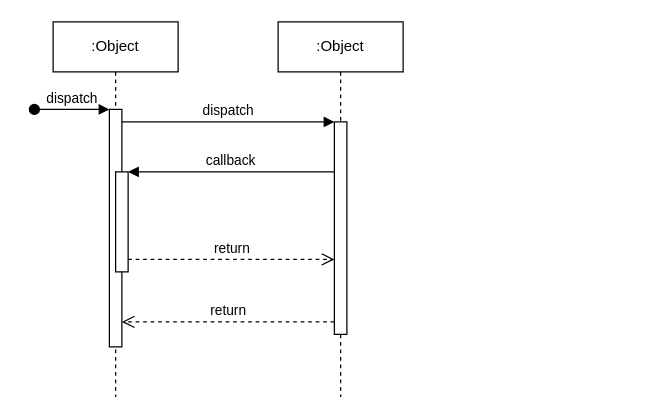
This is sequence 4 Diagram.drawio from Arisa-Ndreu/test, a draw.io file, before an edit. Source tidied: cells renumbered, new cells numbered last; positions are measured from the earlier drawing's top-left corner, leaving out a move shared by most shapes. Both pictures are drawn from the tidied source at 125%, with x=0, y=0 at pixel (34, 21).
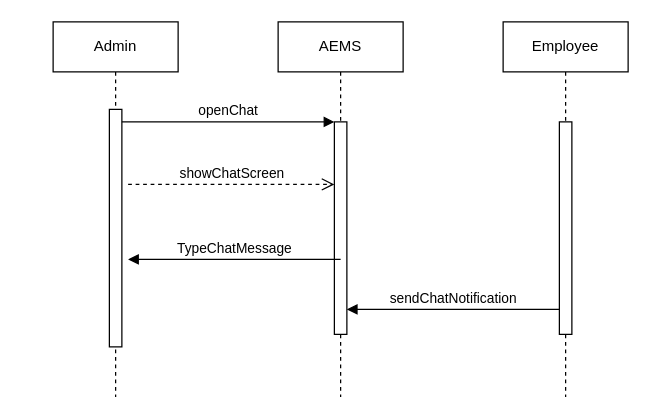
The same page after the edit.

Change to the diagram source:
```diff
@@
 <mxGraphModel>
   <root>
     <mxCell id="0" />
     <mxCell id="1" parent="0" />
-    <mxCell id="2" value=":Object" style="shape=umlLifeline;perimeter=lifelinePerimeter;whiteSpace=wrap;html=1;newEdgeStyle={&quot;edgeStyle&quot;:&quot;elbowEdgeStyle&quot;,&quot;elbow&quot;:&quot;vertical&quot;,&quot;curved&quot;:0,&quot;rounded&quot;:0};" parent="1" vertex="1">
+    <mxCell id="2" value="Admin" style="shape=umlLifeline;perimeter=lifelinePerimeter;whiteSpace=wrap;html=1;newEdgeStyle={&quot;edgeStyle&quot;:&quot;elbowEdgeStyle&quot;,&quot;elbow&quot;:&quot;vertical&quot;,&quot;curved&quot;:0,&quot;rounded&quot;:0};" parent="1" vertex="1">
       <mxGeometry x="15" width="100" height="300" as="geometry" />
     </mxCell>
     <mxCell id="3" style="html=1;points=[];perimeter=orthogonalPerimeter;outlineConnect=0;targetShapes=umlLifeline;portConstraint=eastwest;newEdgeStyle={&quot;edgeStyle&quot;:&quot;elbowEdgeStyle&quot;,&quot;elbow&quot;:&quot;vertical&quot;,&quot;curved&quot;:0,&quot;rounded&quot;:0};" parent="2" vertex="1">
       <mxGeometry x="45" y="70" width="10" height="190" as="geometry" />
     </mxCell>
-    <mxCell id="4" value="dispatch" style="html=1;verticalAlign=bottom;startArrow=oval;endArrow=block;startSize=8;edgeStyle=elbowEdgeStyle;elbow=vertical;curved=0;rounded=0;" parent="2" edge="1" target="3">
-      <mxGeometry relative="1" as="geometry">
-        <mxPoint x="-15" y="70" as="sourcePoint" />
-      </mxGeometry>
-    </mxCell>
-    <mxCell id="5" style="html=1;points=[];perimeter=orthogonalPerimeter;outlineConnect=0;targetShapes=umlLifeline;portConstraint=eastwest;newEdgeStyle={&quot;edgeStyle&quot;:&quot;elbowEdgeStyle&quot;,&quot;elbow&quot;:&quot;vertical&quot;,&quot;curved&quot;:0,&quot;rounded&quot;:0};" parent="2" vertex="1">
-      <mxGeometry x="50" y="120" width="10" height="80" as="geometry" />
-    </mxCell>
-    <mxCell id="6" value=":Object" style="shape=umlLifeline;perimeter=lifelinePerimeter;whiteSpace=wrap;html=1;newEdgeStyle={&quot;edgeStyle&quot;:&quot;elbowEdgeStyle&quot;,&quot;elbow&quot;:&quot;vertical&quot;,&quot;curved&quot;:0,&quot;rounded&quot;:0};" parent="1" vertex="1">
+    <mxCell id="6" value="AEMS" style="shape=umlLifeline;perimeter=lifelinePerimeter;whiteSpace=wrap;html=1;newEdgeStyle={&quot;edgeStyle&quot;:&quot;elbowEdgeStyle&quot;,&quot;elbow&quot;:&quot;vertical&quot;,&quot;curved&quot;:0,&quot;rounded&quot;:0};" parent="1" vertex="1">
       <mxGeometry x="195" width="100" height="300" as="geometry" />
     </mxCell>
     <mxCell id="7" style="html=1;points=[];perimeter=orthogonalPerimeter;outlineConnect=0;targetShapes=umlLifeline;portConstraint=eastwest;newEdgeStyle={&quot;edgeStyle&quot;:&quot;elbowEdgeStyle&quot;,&quot;elbow&quot;:&quot;vertical&quot;,&quot;curved&quot;:0,&quot;rounded&quot;:0};" parent="6" vertex="1">
       <mxGeometry x="45" y="80" width="10" height="170" as="geometry" />
     </mxCell>
-    <mxCell id="8" value="dispatch" style="html=1;verticalAlign=bottom;endArrow=block;edgeStyle=elbowEdgeStyle;elbow=vertical;curved=0;rounded=0;" parent="1" edge="1" source="3" target="7">
+    <mxCell id="8" value="openChat" style="html=1;verticalAlign=bottom;endArrow=block;edgeStyle=elbowEdgeStyle;elbow=vertical;curved=0;rounded=0;" parent="1" edge="1" source="3" target="7">
       <mxGeometry relative="1" as="geometry">
         <Array as="points">
           <mxPoint x="155" y="80" />
         </Array>
       </mxGeometry>
     </mxCell>
-    <mxCell id="9" value="return" style="html=1;verticalAlign=bottom;endArrow=open;dashed=1;endSize=8;edgeStyle=elbowEdgeStyle;elbow=vertical;curved=0;rounded=0;" parent="1" edge="1" source="7" target="3">
-      <mxGeometry relative="1" as="geometry">
-        <Array as="points">
-          <mxPoint x="165" y="240" />
-        </Array>
-      </mxGeometry>
-    </mxCell>
-    <mxCell id="10" value="callback" style="html=1;verticalAlign=bottom;endArrow=block;edgeStyle=elbowEdgeStyle;elbow=vertical;curved=0;rounded=0;" parent="1" edge="1" source="7" target="5">
+    <mxCell id="10" value="TypeChatMessage" style="html=1;verticalAlign=bottom;endArrow=block;edgeStyle=elbowEdgeStyle;elbow=horizontal;curved=0;rounded=0;" parent="1" edge="1">
       <mxGeometry relative="1" as="geometry">
+        <mxPoint x="245" y="190" as="sourcePoint" />
+        <mxPoint x="75" y="190" as="targetPoint" />
         <Array as="points">
-          <mxPoint x="165" y="120" />
+          <mxPoint x="170" y="190" />
         </Array>
       </mxGeometry>
     </mxCell>
-    <mxCell id="11" value="return" style="html=1;verticalAlign=bottom;endArrow=open;dashed=1;endSize=8;edgeStyle=elbowEdgeStyle;elbow=vertical;curved=0;rounded=0;" parent="1" edge="1" source="5" target="7">
+    <mxCell id="11" value="showChatScreen" style="html=1;verticalAlign=bottom;endArrow=open;dashed=1;endSize=8;edgeStyle=elbowEdgeStyle;elbow=vertical;curved=0;rounded=0;" parent="1" edge="1">
       <mxGeometry relative="1" as="geometry">
+        <mxPoint x="75" y="130" as="sourcePoint" />
+        <mxPoint x="240" y="130" as="targetPoint" />
         <Array as="points">
-          <mxPoint x="155" y="190" />
+          <mxPoint x="155" y="130" />
         </Array>
       </mxGeometry>
     </mxCell>
+    <mxCell id="12" value="Employee" style="shape=umlLifeline;perimeter=lifelinePerimeter;whiteSpace=wrap;html=1;newEdgeStyle={&quot;edgeStyle&quot;:&quot;elbowEdgeStyle&quot;,&quot;elbow&quot;:&quot;vertical&quot;,&quot;curved&quot;:0,&quot;rounded&quot;:0};" parent="1" vertex="1">
+      <mxGeometry x="375" width="100" height="300" as="geometry" />
+    </mxCell>
+    <mxCell id="13" style="html=1;perimeter=orthogonalPerimeter;targetShapes=umlLifeline;newEdgeStyle={&quot;edgeStyle&quot;:&quot;elbowEdgeStyle&quot;,&quot;elbow&quot;:&quot;vertical&quot;,&quot;curved&quot;:0,&quot;rounded&quot;:0};" parent="12" vertex="1">
+      <mxGeometry x="45" y="80" width="10" height="170" as="geometry" />
+    </mxCell>
+    <mxCell id="14" value="sendChatNotification" style="html=1;verticalAlign=bottom;endArrow=block;edgeStyle=elbowEdgeStyle;elbow=horizontal;curved=0;rounded=0;" parent="1" edge="1" target="7">
+      <mxGeometry relative="1" as="geometry">
+        <mxPoint x="420" y="230" as="sourcePoint" />
+        <Array as="points">
+          <mxPoint x="345" y="230" />
+        </Array>
+      </mxGeometry>
+    </mxCell>
   </root>
 </mxGraphModel>
```
